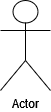
The draw.io diagram diag_UseCases.png in leonielrx/ProjetInfo_DoGeo, before a commit. Source tidied: cells renumbered, new cells last; positions are measured from the earlier drawing's top-left corner, leaving out a move shared by most shapes. Its diagram source:
```xml
<mxGraphModel>
  <root>
    <mxCell id="0" />
    <mxCell id="1" parent="0" />
    <mxCell id="2" value="Actor" style="shape=umlActor;verticalLabelPosition=bottom;verticalAlign=top;html=1;" parent="1" vertex="1">
      <mxGeometry width="50" height="90" as="geometry" />
    </mxCell>
  </root>
</mxGraphModel>
```
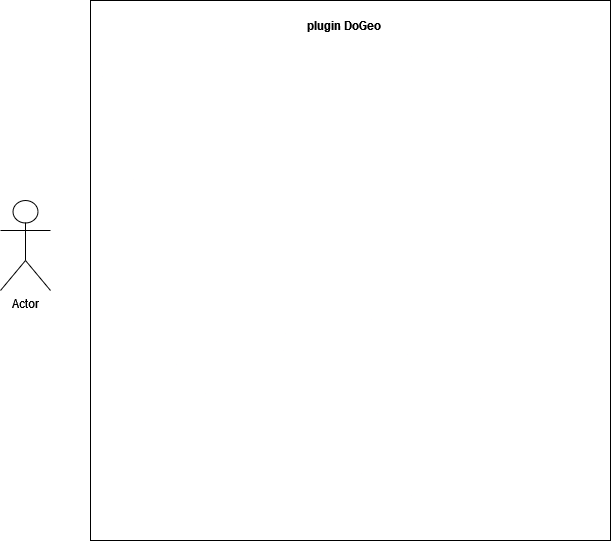
After the commit.

Commit message:
Mettre à jour diag_UseCases.png

Change to the diagram source:
```diff
@@ -5,5 +5,11 @@
     <mxCell id="2" value="Actor" style="shape=umlActor;verticalLabelPosition=bottom;verticalAlign=top;html=1;" parent="1" vertex="1">
       <mxGeometry width="50" height="90" as="geometry" />
     </mxCell>
+    <mxCell id="3" style="verticalLabelPosition=bottom;verticalAlign=top;html=1;shape=mxgraph.basic.rect;fillColor2=none;strokeWidth=1;size=20;indent=5;" parent="1" vertex="1">
+      <mxGeometry x="90" y="-200" width="520" height="540" as="geometry" />
+    </mxCell>
+    <mxCell id="4" value="&lt;b&gt;plugin DoGeo&lt;/b&gt;" style="text;html=1;align=center;verticalAlign=middle;whiteSpace=wrap;rounded=0;" parent="1" vertex="1">
+      <mxGeometry x="304" y="-190" width="80" height="30" as="geometry" />
+    </mxCell>
   </root>
 </mxGraphModel>
```
